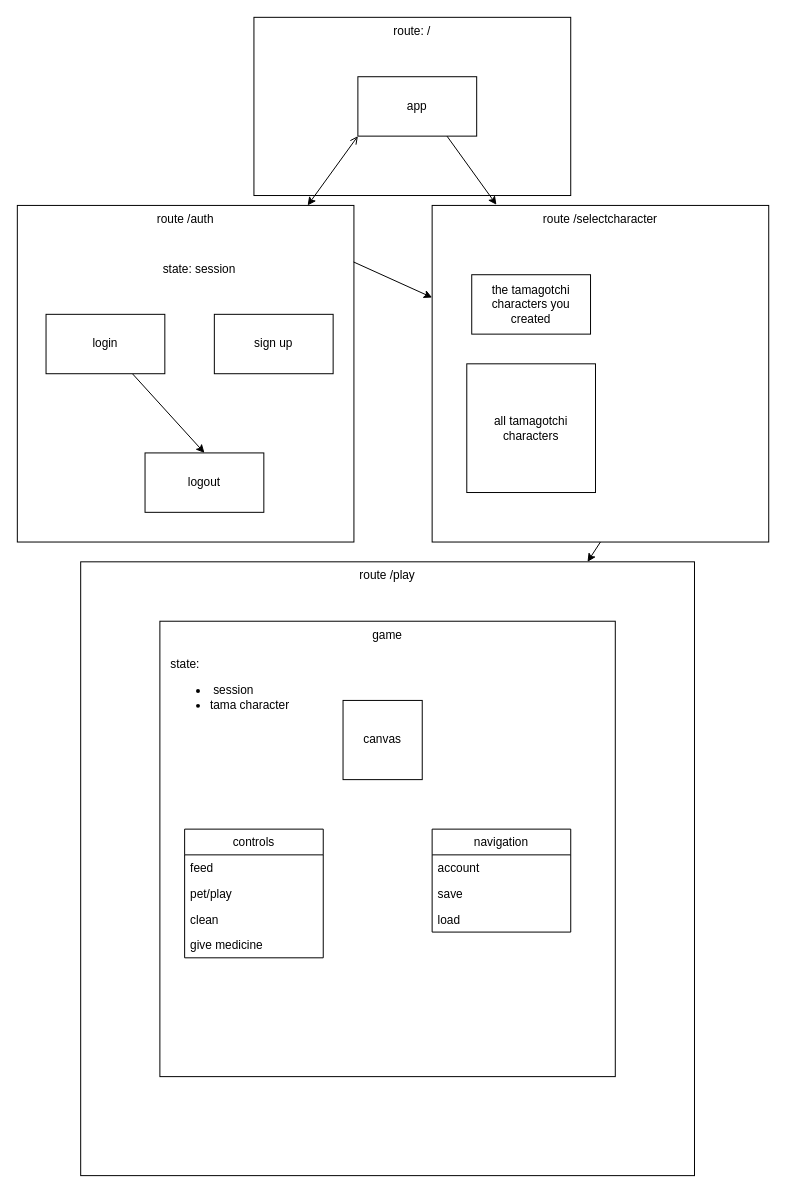
This is project-management/diagrams/react-components.drawio from circuitsunfish/tamagotchi, a draw.io file, before an edit. Source tidied: cells renumbered, new cells numbered last; positions are measured from the earlier drawing's top-left corner, leaving out a move shared by most shapes. Both pictures are drawn from the tidied source at 99%, with x=0, y=0 at pixel (17, 17).
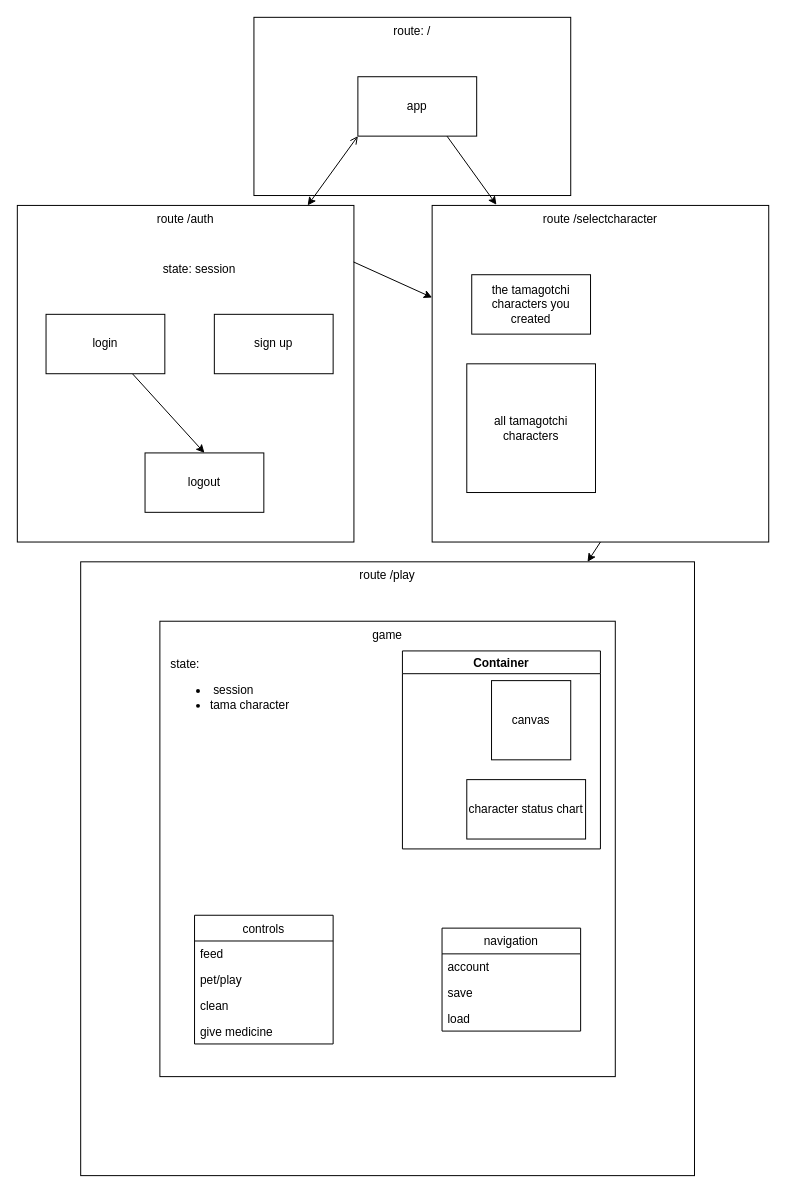
After the change.

Commit message:
update react component diagram

Diff of the diagram source:
```diff
@@
-    <mxCell id="19" value="canvas" style="whiteSpace=wrap;html=1;" parent="1" vertex="1">
-      <mxGeometry x="329" y="690" width="80" height="80" as="geometry" />
-    </mxCell>
     <mxCell id="20" value="controls" style="swimlane;fontStyle=0;horizontal=1;startSize=26;fillColor=none;" parent="1" vertex="1">
-      <mxGeometry x="169" y="820" width="140" height="130" as="geometry" />
+      <mxGeometry x="179" y="907" width="140" height="130" as="geometry" />
     </mxCell>
@@
     <mxCell id="25" value="navigation" style="swimlane;fontStyle=0;horizontal=1;startSize=26;fillColor=none;" parent="1" vertex="1">
-      <mxGeometry x="419" y="820" width="140" height="104" as="geometry" />
+      <mxGeometry x="429" y="920" width="140" height="104" as="geometry" />
     </mxCell>
@@
+    <mxCell id="30" value="Container" style="swimlane;" parent="1" vertex="1">
+      <mxGeometry x="389" y="640" width="200" height="200" as="geometry" />
+    </mxCell>
+    <mxCell id="31" value="character status chart" style="rounded=0;whiteSpace=wrap;html=1;" parent="30" vertex="1">
+      <mxGeometry x="65" y="130" width="120" height="60" as="geometry" />
+    </mxCell>
+    <mxCell id="19" value="canvas" style="whiteSpace=wrap;html=1;" parent="1" vertex="1">
+      <mxGeometry x="479" y="670" width="80" height="80" as="geometry" />
+    </mxCell>
```
